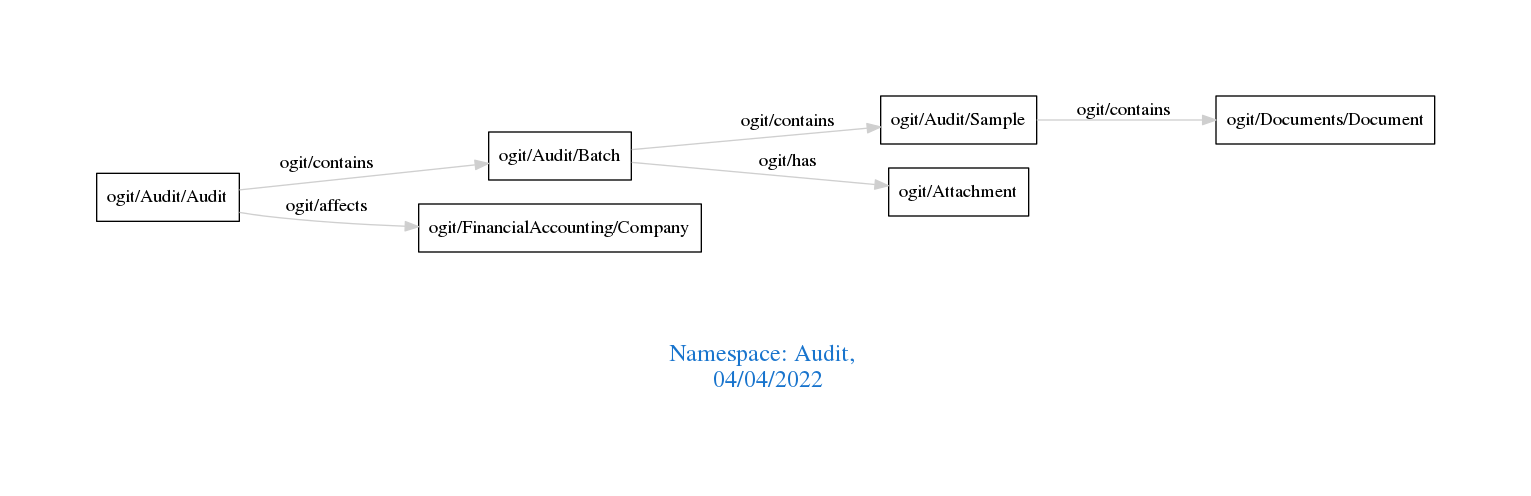
Before: downloads/Audit.png, a diagram exported from Graphviz (arago/OGIT). Its source is kept beside it as downloads/Audit.dot.
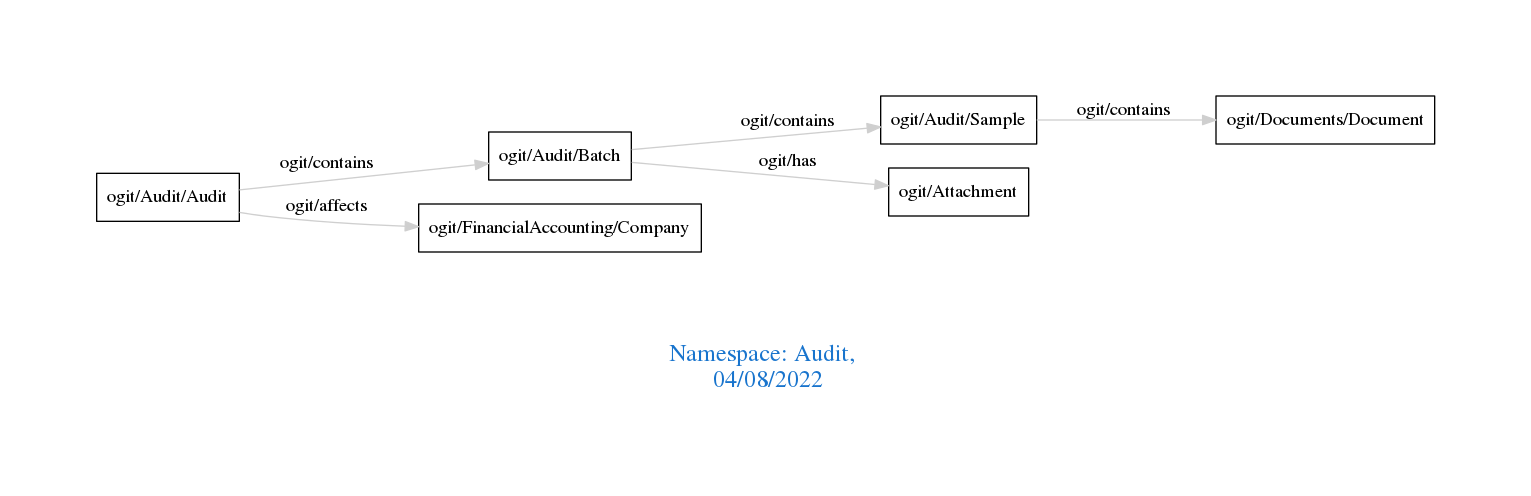
Above is the later version.

What changed in the source:
```diff
@@ -1,7 +1,7 @@
 digraph OGIT_ontology {
  graph [ rankdir= LR,pad=1
 fontsize = 18,
-fontcolor= dodgerblue3,label = "\n\n\nNamespace: Audit, \n 04/04/2022"];
+fontcolor= dodgerblue3,label = "\n\n\nNamespace: Audit, \n 04/08/2022"];
 node[shape=polygon];
 edge [  color="gray81"];
 
```
